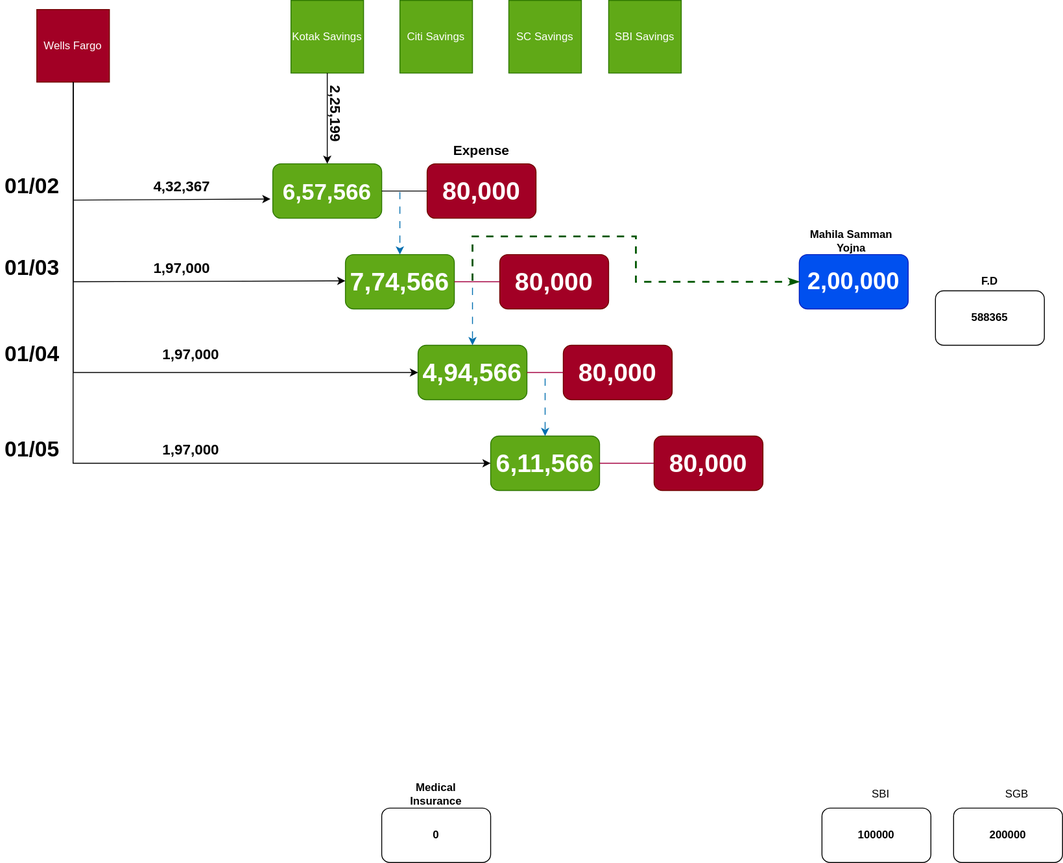
This is Investments.drawio.svg from uchiharizvi/design-diagrams, a draw.io export, as it was before one commit. Source tidied: cells renumbered, new cells last; positions are measured from the earlier drawing's top-left corner, leaving out a move shared by most shapes.
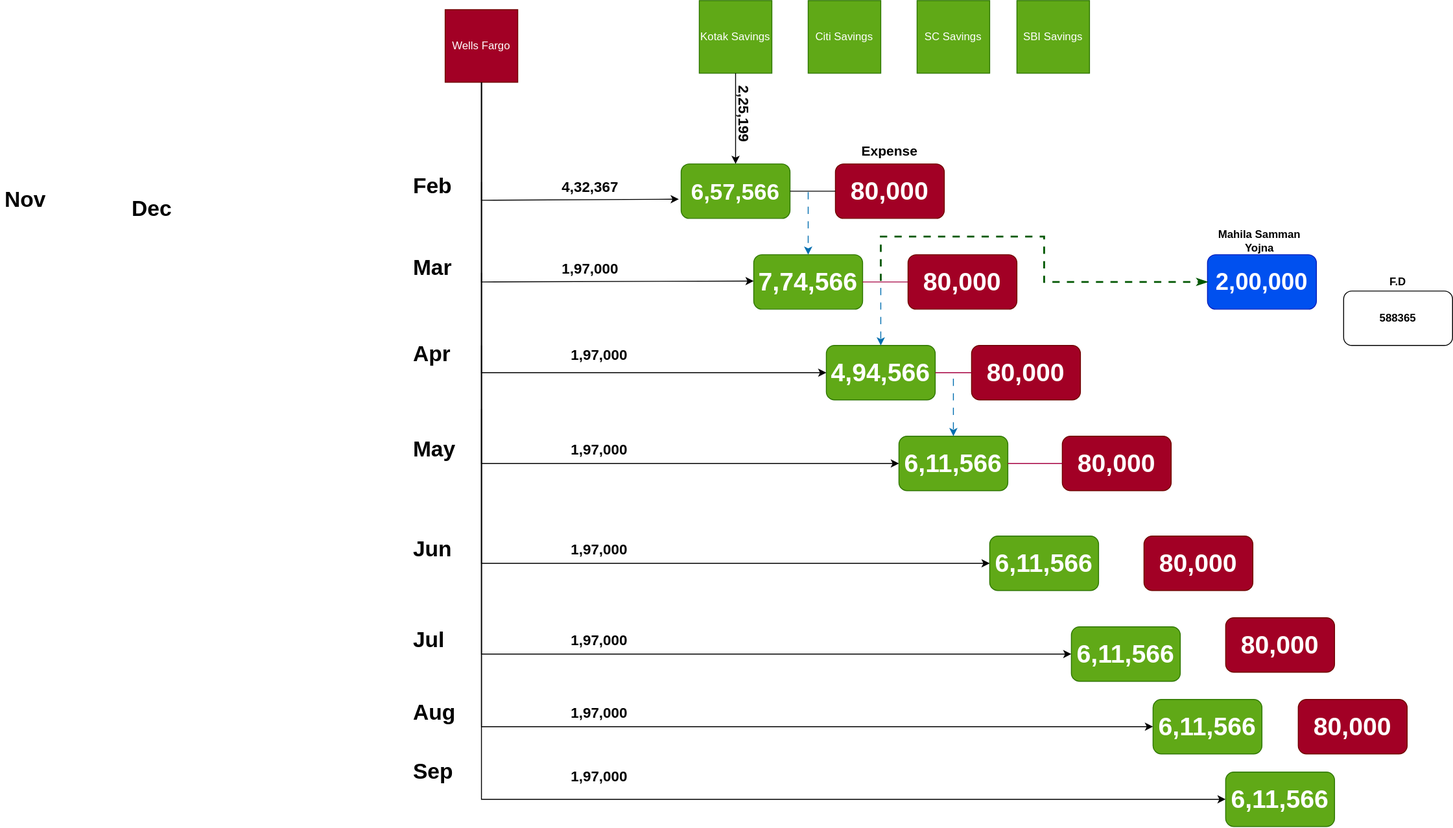
The same file after the commit.

Change to the diagram source:
```diff
@@ -8,9 +8,6 @@
     <mxCell id="3" value="588365" style="rounded=1;whiteSpace=wrap;html=1;fontStyle=1;" parent="1" vertex="1">
       <mxGeometry x="1030" y="320" width="120" height="60" as="geometry" />
     </mxCell>
-    <mxCell id="4" value="Medical Insurance" style="text;html=1;align=center;verticalAlign=middle;whiteSpace=wrap;rounded=0;fontStyle=1;" parent="1" vertex="1">
-      <mxGeometry x="450" y="860" width="60" height="30" as="geometry" />
-    </mxCell>
     <mxCell id="5" value="&lt;font style=&quot;font-size: 28px;&quot;&gt;80,000&lt;/font&gt;" style="rounded=1;whiteSpace=wrap;html=1;fontStyle=1;fillColor=#a20025;fontColor=#ffffff;strokeColor=#6F0000;" parent="1" vertex="1">
       <mxGeometry x="470" y="180" width="120" height="60" as="geometry" />
     </mxCell>
@@ -33,21 +30,6 @@
         </Array>
       </mxGeometry>
     </mxCell>
-    <mxCell id="11" value="100000" style="rounded=1;whiteSpace=wrap;html=1;fontStyle=1;" parent="1" vertex="1">
-      <mxGeometry x="905" y="890" width="120" height="60" as="geometry" />
-    </mxCell>
-    <mxCell id="12" value="SBI" style="text;html=1;align=center;verticalAlign=middle;whiteSpace=wrap;rounded=0;" parent="1" vertex="1">
-      <mxGeometry x="940" y="860" width="60" height="30" as="geometry" />
-    </mxCell>
-    <mxCell id="13" value="200000" style="rounded=1;whiteSpace=wrap;html=1;fontStyle=1;" parent="1" vertex="1">
-      <mxGeometry x="1050" y="890" width="120" height="60" as="geometry" />
-    </mxCell>
-    <mxCell id="14" value="SGB" style="text;html=1;align=center;verticalAlign=middle;whiteSpace=wrap;rounded=0;" parent="1" vertex="1">
-      <mxGeometry x="1090" y="860" width="60" height="30" as="geometry" />
-    </mxCell>
-    <mxCell id="15" value="0" style="rounded=1;whiteSpace=wrap;html=1;fontStyle=1;" parent="1" vertex="1">
-      <mxGeometry x="420" y="890" width="120" height="60" as="geometry" />
-    </mxCell>
     <mxCell id="16" value="F.D" style="text;html=1;align=center;verticalAlign=middle;whiteSpace=wrap;rounded=0;fontStyle=1;" parent="1" vertex="1">
       <mxGeometry x="1060" y="295" width="60" height="30" as="geometry" />
     </mxCell>
@@ -57,10 +39,10 @@
     <mxCell id="18" value="&lt;font style=&quot;font-size: 28px;&quot;&gt;7,74,566&lt;/font&gt;" style="rounded=1;whiteSpace=wrap;html=1;fontStyle=1;fillColor=#60a917;fontColor=#ffffff;strokeColor=#2D7600;" parent="1" vertex="1">
       <mxGeometry x="380" y="280" width="120" height="60" as="geometry" />
     </mxCell>
-    <mxCell id="19" value="&lt;h1&gt;01/03&lt;/h1&gt;" style="text;html=1;spacing=5;spacingTop=-20;whiteSpace=wrap;overflow=hidden;rounded=0;" parent="1" vertex="1">
+    <mxCell id="19" value="&lt;h1&gt;Mar&lt;/h1&gt;" style="text;html=1;spacing=5;spacingTop=-20;whiteSpace=wrap;overflow=hidden;rounded=0;" parent="1" vertex="1">
       <mxGeometry y="275" width="70" height="40" as="geometry" />
     </mxCell>
-    <mxCell id="20" value="&lt;h1&gt;01/02&lt;/h1&gt;" style="text;html=1;spacing=5;spacingTop=-20;whiteSpace=wrap;overflow=hidden;rounded=0;" parent="1" vertex="1">
+    <mxCell id="20" value="&lt;h1&gt;Feb&lt;/h1&gt;" style="text;html=1;spacing=5;spacingTop=-20;whiteSpace=wrap;overflow=hidden;rounded=0;" parent="1" vertex="1">
       <mxGeometry y="185" width="70" height="40" as="geometry" />
     </mxCell>
     <mxCell id="21" style="endArrow=classic;html=1;rounded=0;entryX=0.5;entryY=0;entryDx=0;entryDy=0;fillColor=#1ba1e2;strokeColor=#006EAF;flowAnimation=1;" parent="1" edge="1" target="18">
@@ -84,7 +66,7 @@
     <mxCell id="25" value="&lt;font style=&quot;font-size: 16px;&quot;&gt;1,97,000&lt;/font&gt;" style="text;html=1;align=center;verticalAlign=middle;whiteSpace=wrap;rounded=0;fontStyle=1;" parent="1" vertex="1">
       <mxGeometry x="180" y="375" width="60" height="30" as="geometry" />
     </mxCell>
-    <mxCell id="26" value="&lt;h1&gt;01/04&lt;/h1&gt;" style="text;html=1;spacing=5;spacingTop=-20;whiteSpace=wrap;overflow=hidden;rounded=0;" parent="1" vertex="1">
+    <mxCell id="26" value="&lt;h1&gt;Apr&lt;/h1&gt;" style="text;html=1;spacing=5;spacingTop=-20;whiteSpace=wrap;overflow=hidden;rounded=0;" parent="1" vertex="1">
       <mxGeometry y="370" width="110" height="40" as="geometry" />
     </mxCell>
     <mxCell id="27" value="&lt;font style=&quot;font-size: 28px;&quot;&gt;80,000&lt;/font&gt;" style="rounded=1;whiteSpace=wrap;html=1;fontStyle=1;fillColor=#a20025;fontColor=#ffffff;strokeColor=#6F0000;" parent="1" vertex="1">
@@ -93,7 +75,7 @@
     <mxCell id="28" value="&lt;font style=&quot;font-size: 28px;&quot;&gt;6,11,566&lt;/font&gt;" style="rounded=1;whiteSpace=wrap;html=1;fontStyle=1;fillColor=#60a917;fontColor=#ffffff;strokeColor=#2D7600;" parent="1" vertex="1">
       <mxGeometry x="540" y="480" width="120" height="60" as="geometry" />
     </mxCell>
-    <mxCell id="29" value="&lt;h1&gt;01/05&lt;/h1&gt;" style="text;html=1;spacing=5;spacingTop=-20;whiteSpace=wrap;overflow=hidden;rounded=0;" parent="1" vertex="1">
+    <mxCell id="29" value="&lt;h1&gt;May&lt;/h1&gt;" style="text;html=1;spacing=5;spacingTop=-20;whiteSpace=wrap;overflow=hidden;rounded=0;" parent="1" vertex="1">
       <mxGeometry y="475" width="110" height="40" as="geometry" />
     </mxCell>
     <mxCell id="30" style="endArrow=none;html=1;rounded=0;exitX=1;exitY=0.5;exitDx=0;exitDy=0;entryX=0;entryY=0.5;entryDx=0;entryDy=0;fillColor=#d80073;strokeColor=#A50040;" parent="1" edge="1" source="18" target="22">
@@ -180,5 +162,88 @@
         <mxPoint x="660" y="510" as="sourcePoint" />
       </mxGeometry>
     </mxCell>
+    <mxCell id="48" value="&lt;h1&gt;Jun&lt;/h1&gt;" style="text;html=1;spacing=5;spacingTop=-20;whiteSpace=wrap;overflow=hidden;rounded=0;" parent="1" vertex="1">
+      <mxGeometry y="585" width="110" height="40" as="geometry" />
+    </mxCell>
+    <mxCell id="49" value="&lt;h1&gt;Sep&lt;/h1&gt;" style="text;html=1;spacing=5;spacingTop=-20;whiteSpace=wrap;overflow=hidden;rounded=0;" parent="1" vertex="1">
+      <mxGeometry y="830" width="110" height="40" as="geometry" />
+    </mxCell>
+    <mxCell id="50" value="&lt;h1&gt;Jul&lt;/h1&gt;" style="text;html=1;spacing=5;spacingTop=-20;whiteSpace=wrap;overflow=hidden;rounded=0;" parent="1" vertex="1">
+      <mxGeometry y="685" width="110" height="40" as="geometry" />
+    </mxCell>
+    <mxCell id="51" value="&lt;h1&gt;Aug&lt;/h1&gt;" style="text;html=1;spacing=5;spacingTop=-20;whiteSpace=wrap;overflow=hidden;rounded=0;" parent="1" vertex="1">
+      <mxGeometry y="765" width="110" height="40" as="geometry" />
+    </mxCell>
+    <mxCell id="52" value="&lt;h1&gt;Dec&lt;/h1&gt;" style="text;html=1;spacing=5;spacingTop=-20;whiteSpace=wrap;overflow=hidden;rounded=0;" parent="1" vertex="1">
+      <mxGeometry x="-310" y="210" width="110" height="40" as="geometry" />
+    </mxCell>
+    <mxCell id="53" value="&lt;h1&gt;Nov&lt;/h1&gt;" style="text;html=1;spacing=5;spacingTop=-20;whiteSpace=wrap;overflow=hidden;rounded=0;" parent="1" vertex="1">
+      <mxGeometry x="-450" y="200" width="110" height="40" as="geometry" />
+    </mxCell>
+    <mxCell id="54" value="&lt;font style=&quot;font-size: 28px;&quot;&gt;6,11,566&lt;/font&gt;" style="rounded=1;whiteSpace=wrap;html=1;fontStyle=1;fillColor=#60a917;fontColor=#ffffff;strokeColor=#2D7600;" parent="1" vertex="1">
+      <mxGeometry x="640" y="590" width="120" height="60" as="geometry" />
+    </mxCell>
+    <mxCell id="55" value="&lt;font style=&quot;font-size: 28px;&quot;&gt;80,000&lt;/font&gt;" style="rounded=1;whiteSpace=wrap;html=1;fontStyle=1;fillColor=#a20025;fontColor=#ffffff;strokeColor=#6F0000;" parent="1" vertex="1">
+      <mxGeometry x="810" y="590" width="120" height="60" as="geometry" />
+    </mxCell>
+    <mxCell id="56" value="&lt;font style=&quot;font-size: 28px;&quot;&gt;6,11,566&lt;/font&gt;" style="rounded=1;whiteSpace=wrap;html=1;fontStyle=1;fillColor=#60a917;fontColor=#ffffff;strokeColor=#2D7600;" parent="1" vertex="1">
+      <mxGeometry x="730" y="690" width="120" height="60" as="geometry" />
+    </mxCell>
+    <mxCell id="57" value="&lt;font style=&quot;font-size: 28px;&quot;&gt;80,000&lt;/font&gt;" style="rounded=1;whiteSpace=wrap;html=1;fontStyle=1;fillColor=#a20025;fontColor=#ffffff;strokeColor=#6F0000;" parent="1" vertex="1">
+      <mxGeometry x="900" y="680" width="120" height="60" as="geometry" />
+    </mxCell>
+    <mxCell id="58" value="&lt;font style=&quot;font-size: 28px;&quot;&gt;6,11,566&lt;/font&gt;" style="rounded=1;whiteSpace=wrap;html=1;fontStyle=1;fillColor=#60a917;fontColor=#ffffff;strokeColor=#2D7600;" parent="1" vertex="1">
+      <mxGeometry x="820" y="770" width="120" height="60" as="geometry" />
+    </mxCell>
+    <mxCell id="59" style="endArrow=classic;html=1;rounded=0;entryX=0;entryY=0.5;entryDx=0;entryDy=0;" parent="1" edge="1" target="54">
+      <mxGeometry relative="1" as="geometry">
+        <mxPoint x="80" y="200" as="sourcePoint" />
+        <Array as="points">
+          <mxPoint x="80" y="620" />
+        </Array>
+      </mxGeometry>
+    </mxCell>
+    <mxCell id="60" value="&lt;font style=&quot;font-size: 16px;&quot;&gt;1,97,000&lt;/font&gt;" style="text;html=1;align=center;verticalAlign=middle;whiteSpace=wrap;rounded=0;fontStyle=1;" parent="1" vertex="1">
+      <mxGeometry x="180" y="590" width="60" height="30" as="geometry" />
+    </mxCell>
+    <mxCell id="61" style="endArrow=classic;html=1;rounded=0;entryX=0;entryY=0.5;entryDx=0;entryDy=0;" parent="1" edge="1" target="56">
+      <mxGeometry relative="1" as="geometry">
+        <mxPoint x="80" y="300" as="sourcePoint" />
+        <Array as="points">
+          <mxPoint x="80" y="720" />
+        </Array>
+      </mxGeometry>
+    </mxCell>
+    <mxCell id="62" value="&lt;font style=&quot;font-size: 16px;&quot;&gt;1,97,000&lt;/font&gt;" style="text;html=1;align=center;verticalAlign=middle;whiteSpace=wrap;rounded=0;fontStyle=1;" parent="1" vertex="1">
+      <mxGeometry x="180" y="690" width="60" height="30" as="geometry" />
+    </mxCell>
+    <mxCell id="63" style="endArrow=classic;html=1;rounded=0;entryX=0;entryY=0.5;entryDx=0;entryDy=0;" parent="1" edge="1" target="58">
+      <mxGeometry relative="1" as="geometry">
+        <mxPoint x="80" y="380" as="sourcePoint" />
+        <Array as="points">
+          <mxPoint x="80" y="800" />
+        </Array>
+      </mxGeometry>
+    </mxCell>
+    <mxCell id="64" value="&lt;font style=&quot;font-size: 16px;&quot;&gt;1,97,000&lt;/font&gt;" style="text;html=1;align=center;verticalAlign=middle;whiteSpace=wrap;rounded=0;fontStyle=1;" parent="1" vertex="1">
+      <mxGeometry x="180" y="770" width="60" height="30" as="geometry" />
+    </mxCell>
+    <mxCell id="65" style="endArrow=classic;html=1;rounded=0;entryX=0;entryY=0.5;entryDx=0;entryDy=0;" parent="1" edge="1" target="68">
+      <mxGeometry relative="1" as="geometry">
+        <mxPoint x="80" y="450" as="sourcePoint" />
+        <Array as="points">
+          <mxPoint x="80" y="880" />
+        </Array>
+      </mxGeometry>
+    </mxCell>
+    <mxCell id="66" value="&lt;font style=&quot;font-size: 16px;&quot;&gt;1,97,000&lt;/font&gt;" style="text;html=1;align=center;verticalAlign=middle;whiteSpace=wrap;rounded=0;fontStyle=1;" parent="1" vertex="1">
+      <mxGeometry x="180" y="840" width="60" height="30" as="geometry" />
+    </mxCell>
+    <mxCell id="67" value="&lt;font style=&quot;font-size: 28px;&quot;&gt;80,000&lt;/font&gt;" style="rounded=1;whiteSpace=wrap;html=1;fontStyle=1;fillColor=#a20025;fontColor=#ffffff;strokeColor=#6F0000;" parent="1" vertex="1">
+      <mxGeometry x="980" y="770" width="120" height="60" as="geometry" />
+    </mxCell>
+    <mxCell id="68" value="&lt;font style=&quot;font-size: 28px;&quot;&gt;6,11,566&lt;/font&gt;" style="rounded=1;whiteSpace=wrap;html=1;fontStyle=1;fillColor=#60a917;fontColor=#ffffff;strokeColor=#2D7600;" parent="1" vertex="1">
+      <mxGeometry x="900" y="850" width="120" height="60" as="geometry" />
+    </mxCell>
   </root>
 </mxGraphModel>
```
